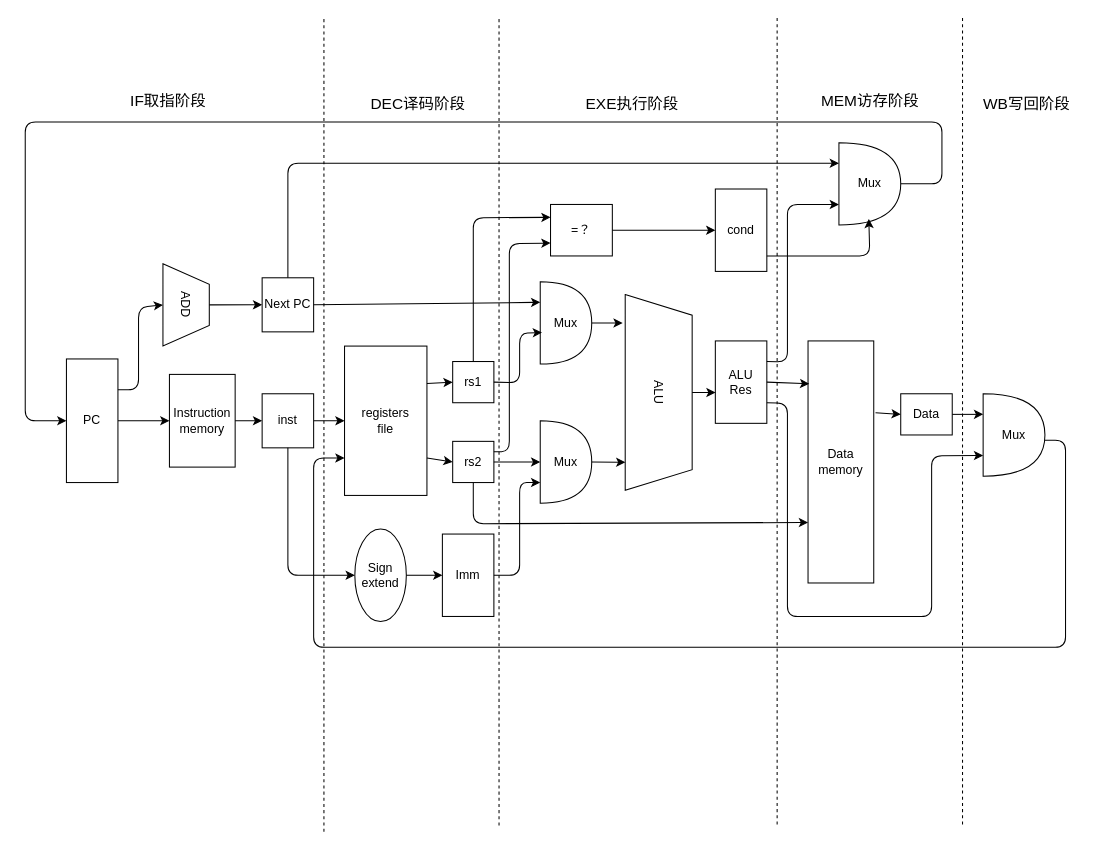
Above: processor.drawio in Ziyue-Zhang/thesis-picture (draw.io), before the change. Source tidied: cells renumbered, new cells numbered last; positions are measured from the earlier drawing's top-left corner, leaving out a move shared by most shapes. Both pictures are drawn from the tidied source at 103%, with x=0, y=0 at pixel (25, 18).
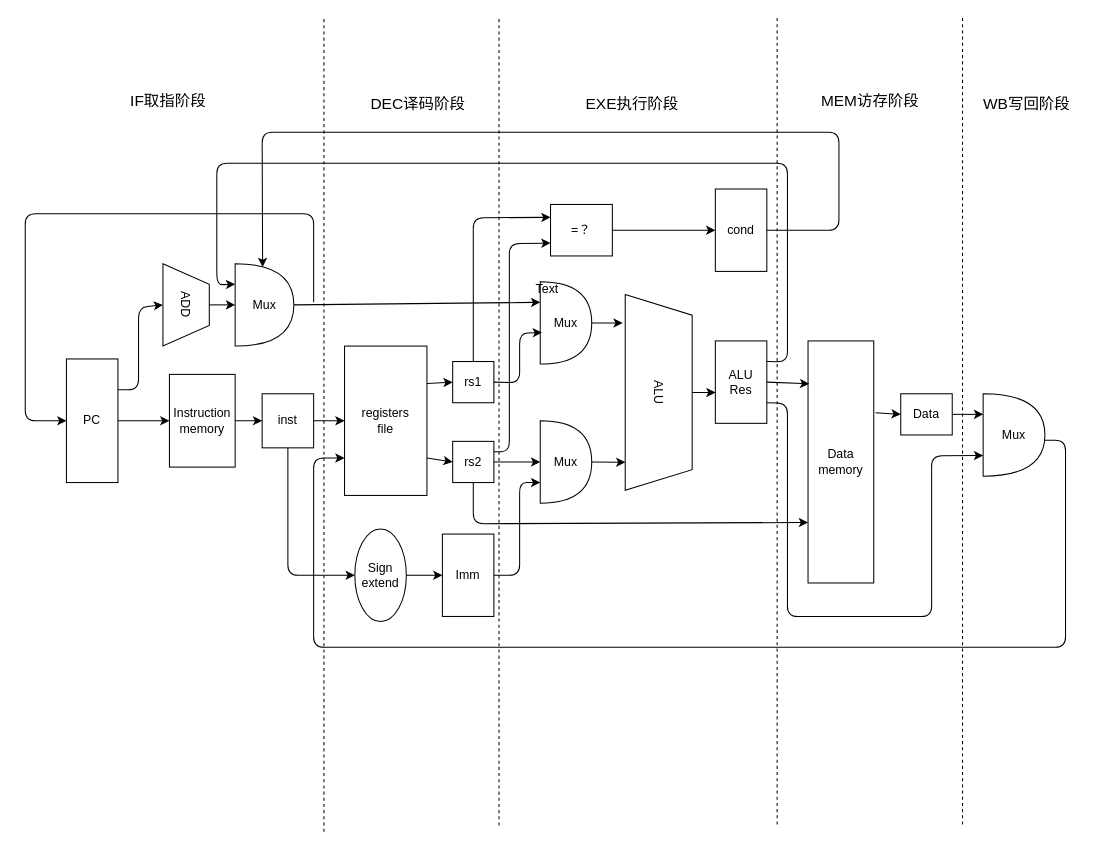
The same page after the edit.

Unchanged cells that the change refers to:
```xml
<mxCell id="3" value="PC" style="rounded=0;whiteSpace=wrap;html=1;" parent="1" vertex="1">
  <mxGeometry x="40" y="331" width="50" height="120" as="geometry" />
</mxCell>
<mxCell id="4" value="ADD" style="shape=trapezoid;perimeter=trapezoidPerimeter;whiteSpace=wrap;html=1;fixedSize=1;rotation=90;" parent="1" vertex="1">
  <mxGeometry x="116.2" y="256" width="80" height="45" as="geometry" />
</mxCell>
<mxCell id="12" value="Mux" style="shape=or;whiteSpace=wrap;html=1;" parent="1" vertex="1">
  <mxGeometry x="500" y="256" width="50" height="80" as="geometry" />
</mxCell>
<mxCell id="17" value="cond" style="rounded=0;whiteSpace=wrap;html=1;" parent="1" vertex="1">
  <mxGeometry x="670" y="166" width="50" height="80" as="geometry" />
</mxCell>
<mxCell id="18" value="ALU&lt;br&gt;Res" style="rounded=0;whiteSpace=wrap;html=1;" parent="1" vertex="1">
  <mxGeometry x="670" y="313.5" width="50" height="80" as="geometry" />
</mxCell>
```

Change to the diagram source:
```diff
@@
-    <mxCell id="6" value="Next PC" style="rounded=0;whiteSpace=wrap;html=1;" parent="1" vertex="1">
-      <mxGeometry x="230" y="252.2" width="50" height="52.5" as="geometry" />
-    </mxCell>
@@
     <mxCell id="15" value="Mux" style="shape=or;whiteSpace=wrap;html=1;" parent="1" vertex="1">
-      <mxGeometry x="790" y="121" width="60" height="80" as="geometry" />
+      <mxGeometry x="203.8" y="238.5" width="57" height="80" as="geometry" />
     </mxCell>
@@
-    <mxCell id="27" style="endArrow=classic;html=1;exitX=0.5;exitY=0;exitDx=0;exitDy=0;entryX=0;entryY=0.5;entryDx=0;entryDy=0;" parent="1" edge="1" source="4" target="6">
+    <mxCell id="27" style="endArrow=classic;html=1;exitX=0.5;exitY=0;exitDx=0;exitDy=0;entryX=0;entryY=0.5;entryDx=0;entryDy=0;entryPerimeter=0;" parent="1" edge="1" source="4" target="15">
       <mxGeometry relative="1" as="geometry" />
     </mxCell>
@@
-    <mxCell id="35" style="endArrow=classic;html=1;exitX=1;exitY=0.5;exitDx=0;exitDy=0;entryX=0;entryY=0.25;entryDx=0;entryDy=0;entryPerimeter=0;" parent="1" edge="1" source="6" target="12">
+    <mxCell id="35" style="endArrow=classic;html=1;exitX=1;exitY=0.5;exitDx=0;exitDy=0;entryX=0;entryY=0.25;entryDx=0;entryDy=0;entryPerimeter=0;exitPerimeter=0;" parent="1" edge="1" source="15" target="12">
       <mxGeometry relative="1" as="geometry" />
     </mxCell>
@@
-    <mxCell id="43" style="endArrow=classic;html=1;exitX=0.5;exitY=0;exitDx=0;exitDy=0;entryX=0;entryY=0.25;entryDx=0;entryDy=0;entryPerimeter=0;" parent="1" edge="1" source="6" target="15">
-      <mxGeometry relative="1" as="geometry">
-        <Array as="points">
-          <mxPoint x="255" y="141" />
-        </Array>
-      </mxGeometry>
-    </mxCell>
-    <mxCell id="44" style="endArrow=classic;html=1;" parent="1" edge="1">
+    <mxCell id="44" style="endArrow=classic;html=1;exitX=1;exitY=0.5;exitDx=0;exitDy=0;entryX=0.468;entryY=0.041;entryDx=0;entryDy=0;entryPerimeter=0;" parent="1" edge="1" source="17" target="15">
       <mxGeometry relative="1" as="geometry">
-        <mxPoint x="720" y="231" as="sourcePoint" />
-        <mxPoint x="819" y="195" as="targetPoint" />
         <Array as="points">
-          <mxPoint x="820" y="231" />
+          <mxPoint x="790" y="206" />
+          <mxPoint x="790" y="111" />
+          <mxPoint x="230" y="111" />
         </Array>
       </mxGeometry>
     </mxCell>
-    <mxCell id="45" style="endArrow=classic;html=1;exitX=1;exitY=0.25;exitDx=0;exitDy=0;" parent="1" edge="1" source="18">
+    <mxCell id="45" style="endArrow=classic;html=1;exitX=1;exitY=0.25;exitDx=0;exitDy=0;entryX=0;entryY=0.25;entryDx=0;entryDy=0;entryPerimeter=0;" parent="1" edge="1" source="18" target="15">
       <mxGeometry relative="1" as="geometry">
-        <mxPoint x="790" y="181" as="targetPoint" />
         <Array as="points">
           <mxPoint x="740" y="334" />
-          <mxPoint x="740" y="181" />
+          <mxPoint x="740" y="141" />
+          <mxPoint x="186" y="141" />
+          <mxPoint x="186" y="259" />
         </Array>
       </mxGeometry>
     </mxCell>
@@
-    <mxCell id="50" style="endArrow=classic;html=1;exitX=1;exitY=0.5;exitDx=0;exitDy=0;exitPerimeter=0;entryX=0;entryY=0.5;entryDx=0;entryDy=0;" parent="1" edge="1" source="15" target="3">
+    <mxCell id="50" style="endArrow=classic;html=1;entryX=0;entryY=0.5;entryDx=0;entryDy=0;" parent="1" edge="1" target="3">
       <mxGeometry relative="1" as="geometry">
+        <mxPoint x="280" y="276" as="sourcePoint" />
         <Array as="points">
-          <mxPoint x="890" y="161" />
-          <mxPoint x="890" y="101" />
-          <mxPoint y="101" />
+          <mxPoint x="280" y="190" />
+          <mxPoint y="190" />
           <mxPoint y="391" />
         </Array>
       </mxGeometry>
     </mxCell>
@@
+    <mxCell id="60" value="Text" style="text;html=1;strokeColor=none;fillColor=none;align=center;verticalAlign=middle;whiteSpace=wrap;rounded=0;" parent="1" vertex="1">
+      <mxGeometry x="487" y="253" width="40" height="20" as="geometry" />
+    </mxCell>
```
